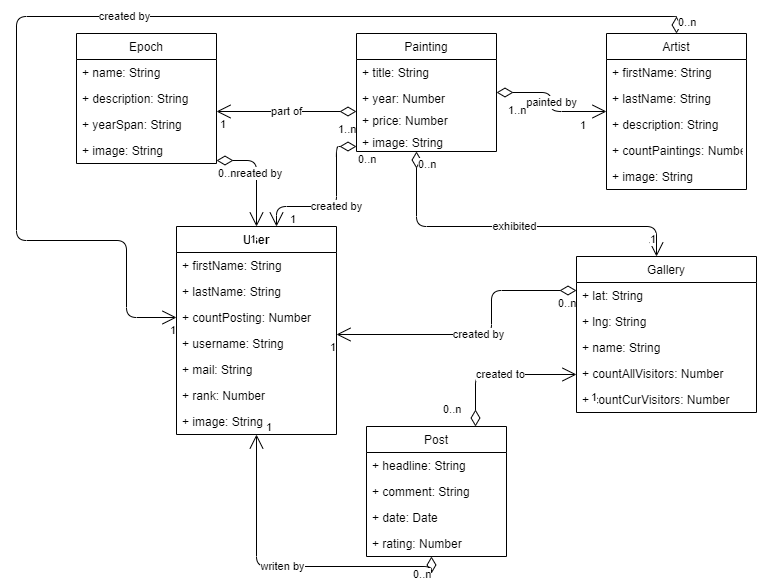
Above: diagrams/schemas-v2.png in KonsumGandalf/AsteoBackend (draw.io), before the change. Source tidied: cells renumbered, new cells last; positions are measured from the earlier drawing's top-left corner, leaving out a move shared by most shapes.
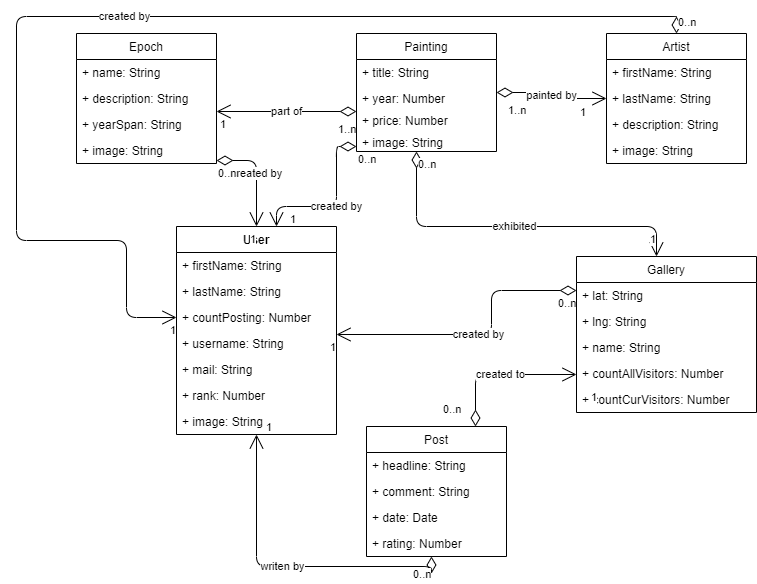
Above is the later version.

Diff of the diagram source:
```diff
@@ -75,7 +75,7 @@
       <mxGeometry y="182" width="160" height="26" as="geometry" />
     </mxCell>
     <mxCell id="26" value="Artist" style="swimlane;fontStyle=0;horizontal=1;startSize=26;fillColor=default;" parent="1" vertex="1">
-      <mxGeometry x="590" y="17" width="140" height="156" as="geometry" />
+      <mxGeometry x="590" y="17" width="140" height="130" as="geometry" />
     </mxCell>
     <mxCell id="27" value="+ firstName: String" style="text;strokeColor=none;fillColor=none;align=left;verticalAlign=top;spacingLeft=4;spacingRight=4;overflow=hidden;" parent="26" vertex="1">
       <mxGeometry y="26" width="140" height="26" as="geometry" />
@@ -86,11 +86,8 @@
     <mxCell id="29" value="+ description: String" style="text;strokeColor=none;fillColor=none;align=left;verticalAlign=top;spacingLeft=4;spacingRight=4;overflow=hidden;" parent="26" vertex="1">
       <mxGeometry y="78" width="140" height="26" as="geometry" />
     </mxCell>
-    <mxCell id="30" value="+ countPaintings: Number" style="text;strokeColor=none;fillColor=none;align=left;verticalAlign=top;spacingLeft=4;spacingRight=4;overflow=hidden;" parent="26" vertex="1">
-      <mxGeometry y="104" width="140" height="26" as="geometry" />
-    </mxCell>
     <mxCell id="31" value="+ image: String" style="text;strokeColor=none;fillColor=none;align=left;verticalAlign=top;spacingLeft=4;spacingRight=4;overflow=hidden;" parent="26" vertex="1">
-      <mxGeometry y="130" width="140" height="26" as="geometry" />
+      <mxGeometry y="104" width="140" height="26" as="geometry" />
     </mxCell>
     <mxCell id="32" value="Post" style="swimlane;fontStyle=0;horizontal=1;startSize=26;fillColor=default;" parent="1" vertex="1">
       <mxGeometry x="350" y="410" width="140" height="130" as="geometry" />
```
